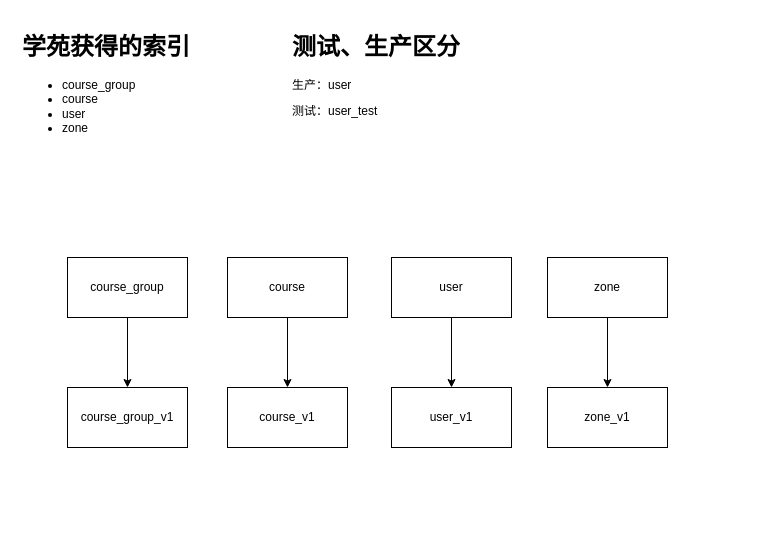
Above: xueyuan/Untitled Diagram.drawio in diaohancai/diagrams (draw.io), before the change. Source tidied: cells renumbered, new cells numbered last; positions are measured from the earlier drawing's top-left corner, leaving out a move shared by most shapes. Both pictures are drawn from the tidied source at 100%, with x=0, y=0 at pixel (17, 27).
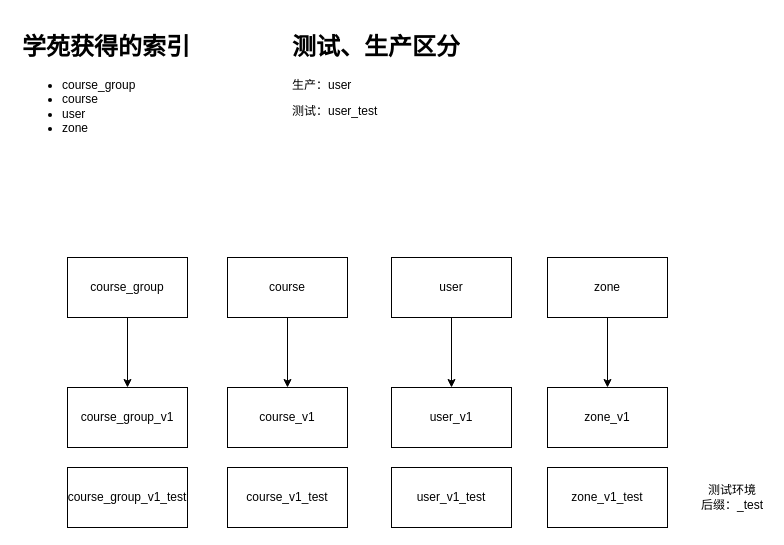
The same page after the edit.

Diff of the diagram source:
```diff
@@
+    <mxCell id="16" value="&lt;span style=&quot;text-align: left&quot;&gt;course_group_v1_test&lt;br&gt;&lt;/span&gt;" style="rounded=0;whiteSpace=wrap;html=1;" parent="1" vertex="1">
+      <mxGeometry x="50" y="440" width="120" height="60" as="geometry" />
+    </mxCell>
+    <mxCell id="17" value="course_v1&lt;span style=&quot;text-align: left&quot;&gt;_test&lt;/span&gt;" style="rounded=0;whiteSpace=wrap;html=1;" parent="1" vertex="1">
+      <mxGeometry x="210" y="440" width="120" height="60" as="geometry" />
+    </mxCell>
+    <mxCell id="18" value="user_v1&lt;span style=&quot;text-align: left&quot;&gt;_test&lt;/span&gt;" style="rounded=0;whiteSpace=wrap;html=1;" parent="1" vertex="1">
+      <mxGeometry x="374" y="440" width="120" height="60" as="geometry" />
+    </mxCell>
+    <mxCell id="19" value="zone_v1&lt;span style=&quot;text-align: left&quot;&gt;_test&lt;/span&gt;" style="rounded=0;whiteSpace=wrap;html=1;" parent="1" vertex="1">
+      <mxGeometry x="530" y="440" width="120" height="60" as="geometry" />
+    </mxCell>
+    <mxCell id="20" value="测试环境&lt;br&gt;后缀：_test" style="text;html=1;strokeColor=none;fillColor=none;align=center;verticalAlign=middle;whiteSpace=wrap;rounded=0;" parent="1" vertex="1">
+      <mxGeometry x="680" y="455" width="70" height="30" as="geometry" />
+    </mxCell>
```
